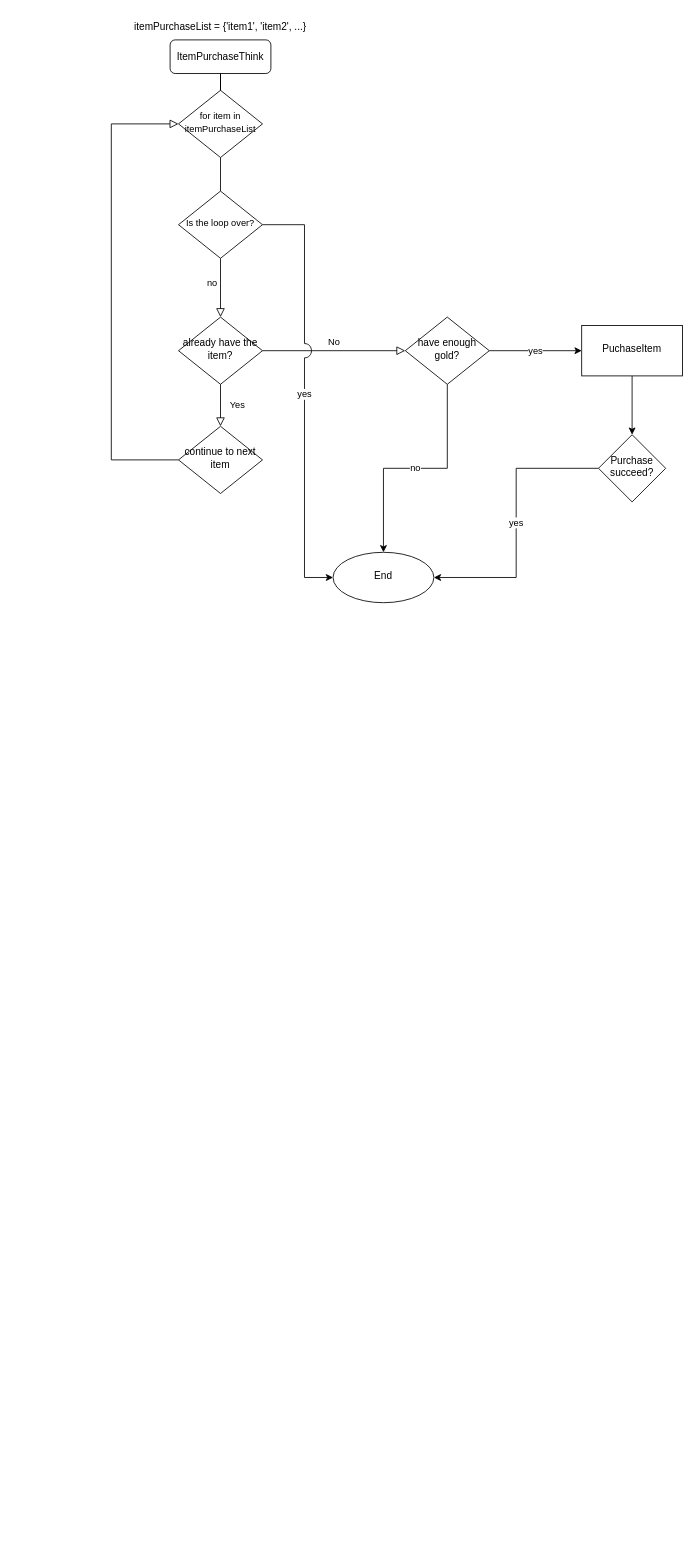
Above: logic_flowchart(unfinished).drawio in JimLambda/dota2_custom_bots_test_bot_script_of_lambda (draw.io), before the change. Source tidied: cells renumbered, new cells numbered last; positions are measured from the earlier drawing's top-left corner, leaving out a move shared by most shapes. Both pictures are drawn from the tidied source at 84%, with x=0, y=0 at pixel (111, 14).
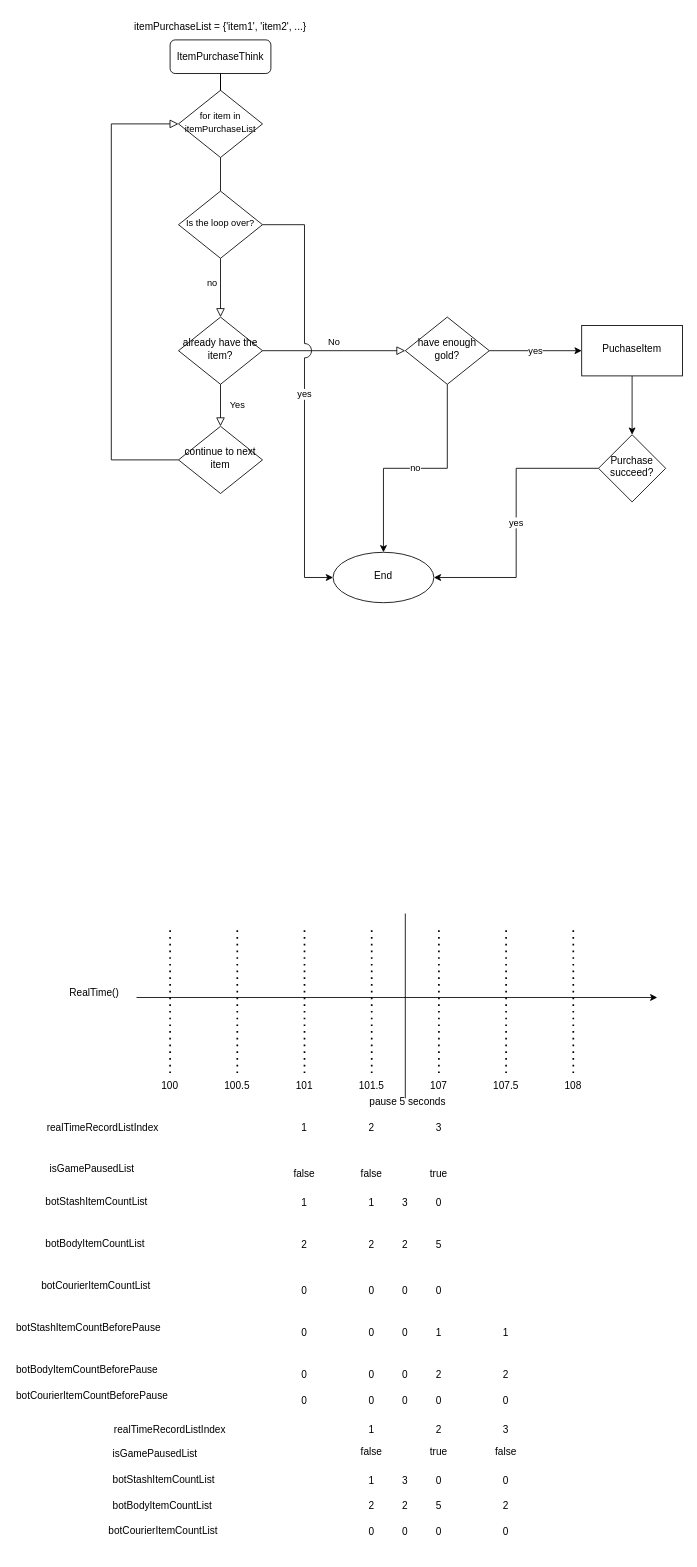
After the change.

Change to the diagram source:
```diff
@@
+    <mxCell id="24" style="group;" parent="1" vertex="1">
+      <mxGeometry x="-50" y="1150" width="700" height="30" as="geometry" />
+    </mxCell>
+    <mxCell id="25" style="endArrow=classic;html=1;rounded=0;" parent="24" edge="1">
+      <mxGeometry relative="1" as="geometry">
+        <mxPoint x="80" y="20" as="sourcePoint" />
+        <mxPoint x="700" y="20" as="targetPoint" />
+      </mxGeometry>
+    </mxCell>
+    <mxCell id="26" value="RealTime()" style="text;html=1;strokeColor=none;fillColor=none;align=center;verticalAlign=middle;whiteSpace=wrap;rounded=0;" parent="24" vertex="1">
+      <mxGeometry width="60" height="30" as="geometry" />
+    </mxCell>
+    <mxCell id="27" style="group;" parent="1" vertex="1">
+      <mxGeometry x="40" y="1090" width="60" height="200" as="geometry" />
+    </mxCell>
+    <mxCell id="28" style="endArrow=none;dashed=1;html=1;dashPattern=1 3;strokeWidth=2;rounded=0;" parent="27" edge="1">
+      <mxGeometry relative="1" as="geometry">
+        <mxPoint x="30" y="170" as="sourcePoint" />
+        <mxPoint x="30" as="targetPoint" />
+      </mxGeometry>
+    </mxCell>
+    <mxCell id="29" value="100" style="text;html=1;strokeColor=none;fillColor=none;align=center;verticalAlign=middle;whiteSpace=wrap;rounded=0;" parent="27" vertex="1">
+      <mxGeometry y="170" width="60" height="30" as="geometry" />
+    </mxCell>
+    <mxCell id="30" style="group;" parent="1" vertex="1">
+      <mxGeometry x="120" y="1090" width="60" height="200" as="geometry" />
+    </mxCell>
+    <mxCell id="31" style="endArrow=none;dashed=1;html=1;dashPattern=1 3;strokeWidth=2;rounded=0;" parent="30" edge="1">
+      <mxGeometry relative="1" as="geometry">
+        <mxPoint x="30" y="170" as="sourcePoint" />
+        <mxPoint x="30" as="targetPoint" />
+      </mxGeometry>
+    </mxCell>
+    <mxCell id="32" value="100.5" style="text;html=1;strokeColor=none;fillColor=none;align=center;verticalAlign=middle;whiteSpace=wrap;rounded=0;" parent="30" vertex="1">
+      <mxGeometry y="170" width="60" height="30" as="geometry" />
+    </mxCell>
+    <mxCell id="33" style="group;" parent="1" vertex="1">
+      <mxGeometry x="200" y="1090" width="60" height="200" as="geometry" />
+    </mxCell>
+    <mxCell id="34" style="endArrow=none;dashed=1;html=1;dashPattern=1 3;strokeWidth=2;rounded=0;" parent="33" edge="1">
+      <mxGeometry relative="1" as="geometry">
+        <mxPoint x="30" y="170" as="sourcePoint" />
+        <mxPoint x="30" as="targetPoint" />
+      </mxGeometry>
+    </mxCell>
+    <mxCell id="35" value="101" style="text;html=1;strokeColor=none;fillColor=none;align=center;verticalAlign=middle;whiteSpace=wrap;rounded=0;" parent="33" vertex="1">
+      <mxGeometry y="170" width="60" height="30" as="geometry" />
+    </mxCell>
+    <mxCell id="36" style="group;" parent="1" vertex="1">
+      <mxGeometry x="360" y="1090" width="60" height="200" as="geometry" />
+    </mxCell>
+    <mxCell id="37" style="endArrow=none;dashed=1;html=1;dashPattern=1 3;strokeWidth=2;rounded=0;" parent="36" edge="1">
+      <mxGeometry relative="1" as="geometry">
+        <mxPoint x="30" y="170" as="sourcePoint" />
+        <mxPoint x="30" as="targetPoint" />
+      </mxGeometry>
+    </mxCell>
+    <mxCell id="38" value="107" style="text;html=1;strokeColor=none;fillColor=none;align=center;verticalAlign=middle;whiteSpace=wrap;rounded=0;" parent="36" vertex="1">
+      <mxGeometry y="170" width="60" height="30" as="geometry" />
+    </mxCell>
+    <mxCell id="39" style="group;" parent="1" vertex="1">
+      <mxGeometry x="440" y="1090" width="60" height="200" as="geometry" />
+    </mxCell>
+    <mxCell id="40" style="endArrow=none;dashed=1;html=1;dashPattern=1 3;strokeWidth=2;rounded=0;" parent="39" edge="1">
+      <mxGeometry relative="1" as="geometry">
+        <mxPoint x="30" y="170" as="sourcePoint" />
+        <mxPoint x="30" as="targetPoint" />
+      </mxGeometry>
+    </mxCell>
+    <mxCell id="41" value="107.5" style="text;html=1;strokeColor=none;fillColor=none;align=center;verticalAlign=middle;whiteSpace=wrap;rounded=0;" parent="39" vertex="1">
+      <mxGeometry y="170" width="60" height="30" as="geometry" />
+    </mxCell>
+    <mxCell id="42" style="group;" parent="1" vertex="1">
+      <mxGeometry x="520" y="1090" width="60" height="200" as="geometry" />
+    </mxCell>
+    <mxCell id="43" style="endArrow=none;dashed=1;html=1;dashPattern=1 3;strokeWidth=2;rounded=0;" parent="42" edge="1">
+      <mxGeometry relative="1" as="geometry">
+        <mxPoint x="30" y="170" as="sourcePoint" />
+        <mxPoint x="30" as="targetPoint" />
+      </mxGeometry>
+    </mxCell>
+    <mxCell id="44" value="108" style="text;html=1;strokeColor=none;fillColor=none;align=center;verticalAlign=middle;whiteSpace=wrap;rounded=0;" parent="42" vertex="1">
+      <mxGeometry y="170" width="60" height="30" as="geometry" />
+    </mxCell>
+    <mxCell id="45" style="endArrow=none;html=1;rounded=0;" parent="1" edge="1">
+      <mxGeometry relative="1" as="geometry">
+        <mxPoint x="350" y="1290" as="sourcePoint" />
+        <mxPoint x="350" y="1070" as="targetPoint" />
+      </mxGeometry>
+    </mxCell>
+    <mxCell id="46" style="endArrow=none;dashed=1;html=1;dashPattern=1 3;strokeWidth=2;rounded=0;" parent="1" edge="1">
+      <mxGeometry relative="1" as="geometry">
+        <mxPoint x="310" y="1260" as="sourcePoint" />
+        <mxPoint x="310" y="1090" as="targetPoint" />
+      </mxGeometry>
+    </mxCell>
+    <mxCell id="47" value="101.5" style="text;html=1;strokeColor=none;fillColor=none;align=center;verticalAlign=middle;whiteSpace=wrap;rounded=0;" parent="1" vertex="1">
+      <mxGeometry x="280" y="1260" width="60" height="30" as="geometry" />
+    </mxCell>
+    <mxCell id="48" value="pause 5 seconds" style="text;html=1;strokeColor=none;fillColor=none;align=center;verticalAlign=middle;whiteSpace=wrap;rounded=0;" parent="1" vertex="1">
+      <mxGeometry x="280" y="1280" width="146" height="30" as="geometry" />
+    </mxCell>
+    <mxCell id="49" value="realTimeRecordListIndex" style="text;html=1;strokeColor=none;fillColor=none;align=center;verticalAlign=middle;whiteSpace=wrap;rounded=0;" parent="1" vertex="1">
+      <mxGeometry x="-40" y="1310" width="60" height="30" as="geometry" />
+    </mxCell>
+    <mxCell id="50" value="1" style="text;html=1;strokeColor=none;fillColor=none;align=center;verticalAlign=middle;whiteSpace=wrap;rounded=0;" parent="1" vertex="1">
+      <mxGeometry x="200" y="1310" width="60" height="30" as="geometry" />
+    </mxCell>
+    <mxCell id="51" value="2" style="text;html=1;strokeColor=none;fillColor=none;align=center;verticalAlign=middle;whiteSpace=wrap;rounded=0;" parent="1" vertex="1">
+      <mxGeometry x="280" y="1310" width="60" height="30" as="geometry" />
+    </mxCell>
+    <mxCell id="52" value="3" style="text;html=1;strokeColor=none;fillColor=none;align=center;verticalAlign=middle;whiteSpace=wrap;rounded=0;" parent="1" vertex="1">
+      <mxGeometry x="360" y="1310" width="60" height="30" as="geometry" />
+    </mxCell>
+    <mxCell id="53" value="isGamePausedList" style="text;whiteSpace=wrap;html=1;" parent="1" vertex="1">
+      <mxGeometry x="-75" y="1360" width="130" height="40" as="geometry" />
+    </mxCell>
+    <mxCell id="54" value="false" style="text;html=1;strokeColor=none;fillColor=none;align=center;verticalAlign=middle;whiteSpace=wrap;rounded=0;" parent="1" vertex="1">
+      <mxGeometry x="200" y="1365" width="60" height="30" as="geometry" />
+    </mxCell>
+    <mxCell id="55" value="false" style="text;html=1;strokeColor=none;fillColor=none;align=center;verticalAlign=middle;whiteSpace=wrap;rounded=0;" parent="1" vertex="1">
+      <mxGeometry x="280" y="1365" width="60" height="30" as="geometry" />
+    </mxCell>
+    <mxCell id="56" value="true" style="text;html=1;strokeColor=none;fillColor=none;align=center;verticalAlign=middle;whiteSpace=wrap;rounded=0;" parent="1" vertex="1">
+      <mxGeometry x="360" y="1365" width="60" height="30" as="geometry" />
+    </mxCell>
+    <mxCell id="57" value="botStashItemCountList" style="text;whiteSpace=wrap;html=1;" parent="1" vertex="1">
+      <mxGeometry x="-80" y="1400" width="210" height="40" as="geometry" />
+    </mxCell>
+    <mxCell id="58" value="1" style="text;html=1;strokeColor=none;fillColor=none;align=center;verticalAlign=middle;whiteSpace=wrap;rounded=0;" parent="1" vertex="1">
+      <mxGeometry x="200" y="1400" width="60" height="30" as="geometry" />
+    </mxCell>
+    <mxCell id="59" value="1" style="text;html=1;strokeColor=none;fillColor=none;align=center;verticalAlign=middle;whiteSpace=wrap;rounded=0;" parent="1" vertex="1">
+      <mxGeometry x="280" y="1400" width="60" height="30" as="geometry" />
+    </mxCell>
+    <mxCell id="60" value="3" style="text;html=1;strokeColor=none;fillColor=none;align=center;verticalAlign=middle;whiteSpace=wrap;rounded=0;" parent="1" vertex="1">
+      <mxGeometry x="320" y="1400" width="60" height="30" as="geometry" />
+    </mxCell>
+    <mxCell id="61" value="0" style="text;html=1;strokeColor=none;fillColor=none;align=center;verticalAlign=middle;whiteSpace=wrap;rounded=0;" parent="1" vertex="1">
+      <mxGeometry x="360" y="1400" width="60" height="30" as="geometry" />
+    </mxCell>
+    <mxCell id="62" value="botBodyItemCountList" style="text;whiteSpace=wrap;html=1;" parent="1" vertex="1">
+      <mxGeometry x="-80" y="1450" width="150" height="40" as="geometry" />
+    </mxCell>
+    <mxCell id="63" value="2" style="text;html=1;strokeColor=none;fillColor=none;align=center;verticalAlign=middle;whiteSpace=wrap;rounded=0;" parent="1" vertex="1">
+      <mxGeometry x="200" y="1450" width="60" height="30" as="geometry" />
+    </mxCell>
+    <mxCell id="64" value="2" style="text;html=1;strokeColor=none;fillColor=none;align=center;verticalAlign=middle;whiteSpace=wrap;rounded=0;" parent="1" vertex="1">
+      <mxGeometry x="280" y="1450" width="60" height="30" as="geometry" />
+    </mxCell>
+    <mxCell id="65" value="2" style="text;html=1;strokeColor=none;fillColor=none;align=center;verticalAlign=middle;whiteSpace=wrap;rounded=0;" parent="1" vertex="1">
+      <mxGeometry x="320" y="1450" width="60" height="30" as="geometry" />
+    </mxCell>
+    <mxCell id="66" value="5" style="text;html=1;strokeColor=none;fillColor=none;align=center;verticalAlign=middle;whiteSpace=wrap;rounded=0;" parent="1" vertex="1">
+      <mxGeometry x="360" y="1450" width="60" height="30" as="geometry" />
+    </mxCell>
+    <mxCell id="67" value="botCourierItemCountList" style="text;whiteSpace=wrap;html=1;" parent="1" vertex="1">
+      <mxGeometry x="-85" y="1500" width="160" height="40" as="geometry" />
+    </mxCell>
+    <mxCell id="68" value="0" style="text;html=1;strokeColor=none;fillColor=none;align=center;verticalAlign=middle;whiteSpace=wrap;rounded=0;" parent="1" vertex="1">
+      <mxGeometry x="200" y="1505" width="60" height="30" as="geometry" />
+    </mxCell>
+    <mxCell id="69" value="0" style="text;html=1;strokeColor=none;fillColor=none;align=center;verticalAlign=middle;whiteSpace=wrap;rounded=0;" parent="1" vertex="1">
+      <mxGeometry x="280" y="1505" width="60" height="30" as="geometry" />
+    </mxCell>
+    <mxCell id="70" value="0" style="text;html=1;strokeColor=none;fillColor=none;align=center;verticalAlign=middle;whiteSpace=wrap;rounded=0;" parent="1" vertex="1">
+      <mxGeometry x="320" y="1505" width="60" height="30" as="geometry" />
+    </mxCell>
+    <mxCell id="71" value="0" style="text;html=1;strokeColor=none;fillColor=none;align=center;verticalAlign=middle;whiteSpace=wrap;rounded=0;" parent="1" vertex="1">
+      <mxGeometry x="360" y="1505" width="60" height="30" as="geometry" />
+    </mxCell>
+    <mxCell id="72" value="botStashItemCountBeforePause" style="text;whiteSpace=wrap;html=1;" parent="1" vertex="1">
+      <mxGeometry x="-115" y="1550" width="210" height="40" as="geometry" />
+    </mxCell>
+    <mxCell id="73" value="0" style="text;html=1;strokeColor=none;fillColor=none;align=center;verticalAlign=middle;whiteSpace=wrap;rounded=0;" parent="1" vertex="1">
+      <mxGeometry x="200" y="1555" width="60" height="30" as="geometry" />
+    </mxCell>
+    <mxCell id="74" value="0" style="text;html=1;strokeColor=none;fillColor=none;align=center;verticalAlign=middle;whiteSpace=wrap;rounded=0;" parent="1" vertex="1">
+      <mxGeometry x="280" y="1555" width="60" height="30" as="geometry" />
+    </mxCell>
+    <mxCell id="75" value="0" style="text;html=1;strokeColor=none;fillColor=none;align=center;verticalAlign=middle;whiteSpace=wrap;rounded=0;" parent="1" vertex="1">
+      <mxGeometry x="320" y="1555" width="60" height="30" as="geometry" />
+    </mxCell>
+    <mxCell id="76" value="1" style="text;html=1;strokeColor=none;fillColor=none;align=center;verticalAlign=middle;whiteSpace=wrap;rounded=0;" parent="1" vertex="1">
+      <mxGeometry x="360" y="1555" width="60" height="30" as="geometry" />
+    </mxCell>
+    <mxCell id="77" value="botBodyItemCountBeforePause" style="text;whiteSpace=wrap;html=1;" parent="1" vertex="1">
+      <mxGeometry x="-115" y="1600" width="210" height="40" as="geometry" />
+    </mxCell>
+    <mxCell id="78" value="0" style="text;html=1;strokeColor=none;fillColor=none;align=center;verticalAlign=middle;whiteSpace=wrap;rounded=0;" parent="1" vertex="1">
+      <mxGeometry x="200" y="1605" width="60" height="30" as="geometry" />
+    </mxCell>
+    <mxCell id="79" value="0" style="text;html=1;strokeColor=none;fillColor=none;align=center;verticalAlign=middle;whiteSpace=wrap;rounded=0;" parent="1" vertex="1">
+      <mxGeometry x="280" y="1605" width="60" height="30" as="geometry" />
+    </mxCell>
+    <mxCell id="80" value="0" style="text;html=1;strokeColor=none;fillColor=none;align=center;verticalAlign=middle;whiteSpace=wrap;rounded=0;" parent="1" vertex="1">
+      <mxGeometry x="320" y="1605" width="60" height="30" as="geometry" />
+    </mxCell>
+    <mxCell id="81" value="2" style="text;html=1;strokeColor=none;fillColor=none;align=center;verticalAlign=middle;whiteSpace=wrap;rounded=0;" parent="1" vertex="1">
+      <mxGeometry x="360" y="1605" width="60" height="30" as="geometry" />
+    </mxCell>
+    <mxCell id="82" value="botCourierItemCountBeforePause" style="text;whiteSpace=wrap;html=1;" parent="1" vertex="1">
+      <mxGeometry x="-115" y="1630" width="210" height="40" as="geometry" />
+    </mxCell>
+    <mxCell id="83" value="0" style="text;html=1;strokeColor=none;fillColor=none;align=center;verticalAlign=middle;whiteSpace=wrap;rounded=0;" parent="1" vertex="1">
+      <mxGeometry x="200" y="1635" width="60" height="30" as="geometry" />
+    </mxCell>
+    <mxCell id="84" value="0" style="text;html=1;strokeColor=none;fillColor=none;align=center;verticalAlign=middle;whiteSpace=wrap;rounded=0;" parent="1" vertex="1">
+      <mxGeometry x="280" y="1635" width="60" height="30" as="geometry" />
+    </mxCell>
+    <mxCell id="85" value="0" style="text;html=1;strokeColor=none;fillColor=none;align=center;verticalAlign=middle;whiteSpace=wrap;rounded=0;" parent="1" vertex="1">
+      <mxGeometry x="320" y="1635" width="60" height="30" as="geometry" />
+    </mxCell>
+    <mxCell id="86" value="0" style="text;html=1;strokeColor=none;fillColor=none;align=center;verticalAlign=middle;whiteSpace=wrap;rounded=0;" parent="1" vertex="1">
+      <mxGeometry x="360" y="1635" width="60" height="30" as="geometry" />
+    </mxCell>
+    <mxCell id="87" value="realTimeRecordListIndex" style="text;html=1;strokeColor=none;fillColor=none;align=center;verticalAlign=middle;whiteSpace=wrap;rounded=0;" parent="1" vertex="1">
+      <mxGeometry x="40" y="1670" width="60" height="30" as="geometry" />
+    </mxCell>
+    <mxCell id="88" value="1" style="text;html=1;strokeColor=none;fillColor=none;align=center;verticalAlign=middle;whiteSpace=wrap;rounded=0;" parent="1" vertex="1">
+      <mxGeometry x="280" y="1670" width="60" height="30" as="geometry" />
+    </mxCell>
+    <mxCell id="89" value="2" style="text;html=1;strokeColor=none;fillColor=none;align=center;verticalAlign=middle;whiteSpace=wrap;rounded=0;" parent="1" vertex="1">
+      <mxGeometry x="360" y="1670" width="60" height="30" as="geometry" />
+    </mxCell>
+    <mxCell id="90" value="3" style="text;html=1;strokeColor=none;fillColor=none;align=center;verticalAlign=middle;whiteSpace=wrap;rounded=0;" parent="1" vertex="1">
+      <mxGeometry x="440" y="1670" width="60" height="30" as="geometry" />
+    </mxCell>
+    <mxCell id="91" value="isGamePausedList" style="text;whiteSpace=wrap;html=1;" parent="1" vertex="1">
+      <mxGeometry y="1700" width="130" height="40" as="geometry" />
+    </mxCell>
+    <mxCell id="92" value="false" style="text;html=1;strokeColor=none;fillColor=none;align=center;verticalAlign=middle;whiteSpace=wrap;rounded=0;" parent="1" vertex="1">
+      <mxGeometry x="280" y="1696" width="60" height="30" as="geometry" />
+    </mxCell>
+    <mxCell id="93" value="true" style="text;html=1;strokeColor=none;fillColor=none;align=center;verticalAlign=middle;whiteSpace=wrap;rounded=0;" parent="1" vertex="1">
+      <mxGeometry x="360" y="1696" width="60" height="30" as="geometry" />
+    </mxCell>
+    <mxCell id="94" value="false" style="text;html=1;strokeColor=none;fillColor=none;align=center;verticalAlign=middle;whiteSpace=wrap;rounded=0;" parent="1" vertex="1">
+      <mxGeometry x="440" y="1696" width="60" height="30" as="geometry" />
+    </mxCell>
+    <mxCell id="95" value="botStashItemCountList" style="text;whiteSpace=wrap;html=1;" parent="1" vertex="1">
+      <mxGeometry y="1731" width="210" height="40" as="geometry" />
+    </mxCell>
+    <mxCell id="96" value="1" style="text;html=1;strokeColor=none;fillColor=none;align=center;verticalAlign=middle;whiteSpace=wrap;rounded=0;" parent="1" vertex="1">
+      <mxGeometry x="280" y="1731" width="60" height="30" as="geometry" />
+    </mxCell>
+    <mxCell id="97" value="0" style="text;html=1;strokeColor=none;fillColor=none;align=center;verticalAlign=middle;whiteSpace=wrap;rounded=0;" parent="1" vertex="1">
+      <mxGeometry x="360" y="1731" width="60" height="30" as="geometry" />
+    </mxCell>
+    <mxCell id="98" value="3" style="text;html=1;strokeColor=none;fillColor=none;align=center;verticalAlign=middle;whiteSpace=wrap;rounded=0;" parent="1" vertex="1">
+      <mxGeometry x="320" y="1731" width="60" height="30" as="geometry" />
+    </mxCell>
+    <mxCell id="99" value="0" style="text;html=1;strokeColor=none;fillColor=none;align=center;verticalAlign=middle;whiteSpace=wrap;rounded=0;" parent="1" vertex="1">
+      <mxGeometry x="440" y="1731" width="60" height="30" as="geometry" />
+    </mxCell>
+    <mxCell id="100" value="botBodyItemCountList" style="text;whiteSpace=wrap;html=1;" parent="1" vertex="1">
+      <mxGeometry y="1761" width="150" height="40" as="geometry" />
+    </mxCell>
+    <mxCell id="101" value="2" style="text;html=1;strokeColor=none;fillColor=none;align=center;verticalAlign=middle;whiteSpace=wrap;rounded=0;" parent="1" vertex="1">
+      <mxGeometry x="280" y="1761" width="60" height="30" as="geometry" />
+    </mxCell>
+    <mxCell id="102" value="5" style="text;html=1;strokeColor=none;fillColor=none;align=center;verticalAlign=middle;whiteSpace=wrap;rounded=0;" parent="1" vertex="1">
+      <mxGeometry x="360" y="1761" width="60" height="30" as="geometry" />
+    </mxCell>
+    <mxCell id="103" value="2" style="text;html=1;strokeColor=none;fillColor=none;align=center;verticalAlign=middle;whiteSpace=wrap;rounded=0;" parent="1" vertex="1">
+      <mxGeometry x="320" y="1761" width="60" height="30" as="geometry" />
+    </mxCell>
+    <mxCell id="104" value="2" style="text;html=1;strokeColor=none;fillColor=none;align=center;verticalAlign=middle;whiteSpace=wrap;rounded=0;" parent="1" vertex="1">
+      <mxGeometry x="440" y="1761" width="60" height="30" as="geometry" />
+    </mxCell>
+    <mxCell id="105" value="botCourierItemCountList" style="text;whiteSpace=wrap;html=1;" parent="1" vertex="1">
+      <mxGeometry x="-5" y="1791" width="160" height="40" as="geometry" />
+    </mxCell>
+    <mxCell id="106" value="0" style="text;html=1;strokeColor=none;fillColor=none;align=center;verticalAlign=middle;whiteSpace=wrap;rounded=0;" parent="1" vertex="1">
+      <mxGeometry x="280" y="1791" width="60" height="30" as="geometry" />
+    </mxCell>
+    <mxCell id="107" value="0" style="text;html=1;strokeColor=none;fillColor=none;align=center;verticalAlign=middle;whiteSpace=wrap;rounded=0;" parent="1" vertex="1">
+      <mxGeometry x="360" y="1791" width="60" height="30" as="geometry" />
+    </mxCell>
+    <mxCell id="108" value="0" style="text;html=1;strokeColor=none;fillColor=none;align=center;verticalAlign=middle;whiteSpace=wrap;rounded=0;" parent="1" vertex="1">
+      <mxGeometry x="320" y="1791" width="60" height="30" as="geometry" />
+    </mxCell>
+    <mxCell id="109" value="0" style="text;html=1;strokeColor=none;fillColor=none;align=center;verticalAlign=middle;whiteSpace=wrap;rounded=0;" parent="1" vertex="1">
+      <mxGeometry x="440" y="1791" width="60" height="30" as="geometry" />
+    </mxCell>
+    <mxCell id="110" value="1" style="text;html=1;strokeColor=none;fillColor=none;align=center;verticalAlign=middle;whiteSpace=wrap;rounded=0;" parent="1" vertex="1">
+      <mxGeometry x="440" y="1555" width="60" height="30" as="geometry" />
+    </mxCell>
+    <mxCell id="111" value="2" style="text;html=1;strokeColor=none;fillColor=none;align=center;verticalAlign=middle;whiteSpace=wrap;rounded=0;" parent="1" vertex="1">
+      <mxGeometry x="440" y="1605" width="60" height="30" as="geometry" />
+    </mxCell>
+    <mxCell id="112" value="0" style="text;html=1;strokeColor=none;fillColor=none;align=center;verticalAlign=middle;whiteSpace=wrap;rounded=0;" parent="1" vertex="1">
+      <mxGeometry x="440" y="1635" width="60" height="30" as="geometry" />
+    </mxCell>
```
